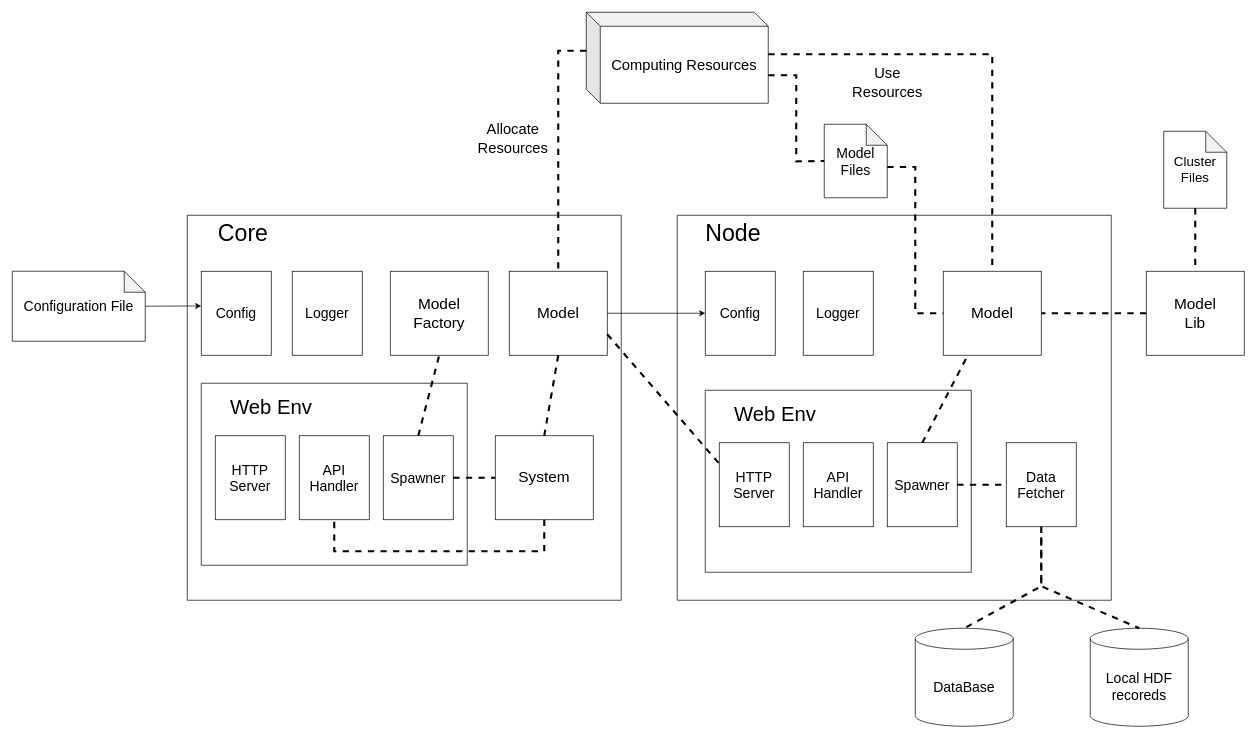
attr0/STF-Framework keeps this draw.io diagram as page "design" (2 of 2) of docs/graph.drawio. Above is the earlier version. Source tidied: cells renumbered, new cells numbered last; positions are measured from the earlier drawing's top-left corner, leaving out a move shared by most shapes. Both pictures are drawn from the tidied source at 70%, with x=0, y=0 at pixel (12, 12).
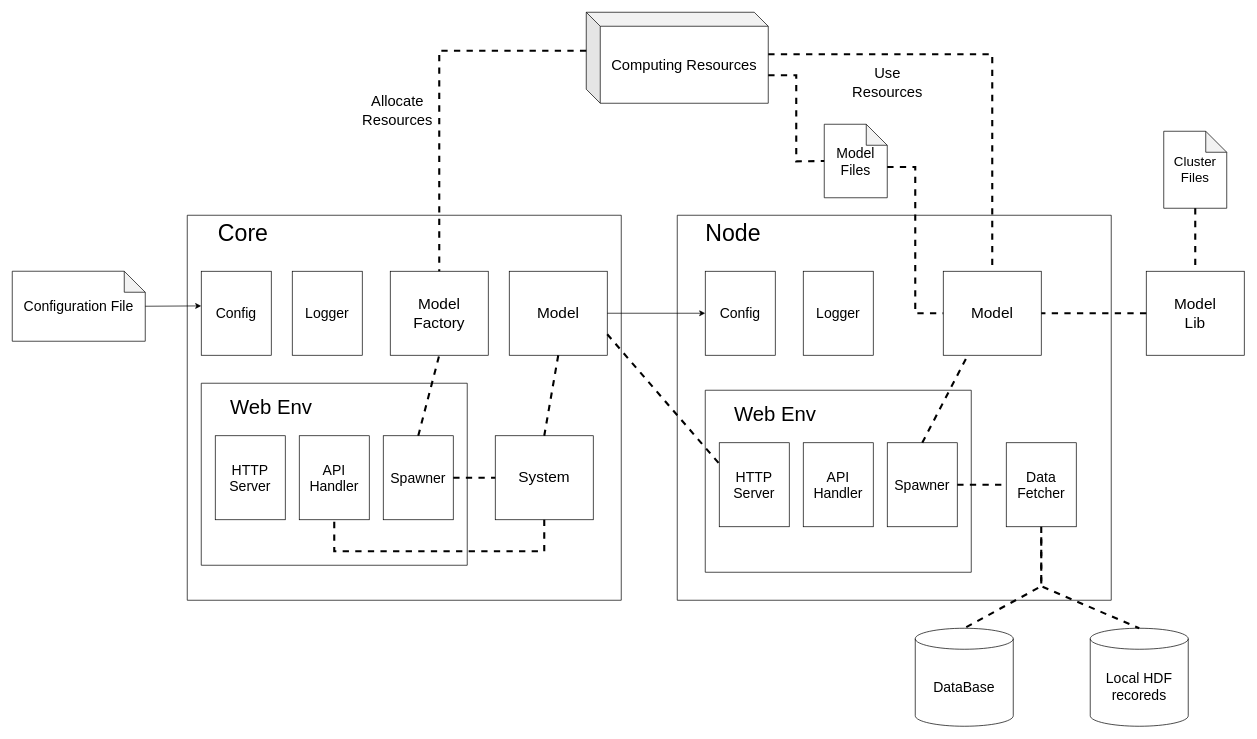
Above is the later version.

The change refers to these unchanged cells:
```xml
<mxCell id="10" value="&lt;span style=&quot;font-size: 22px;&quot;&gt;Model&lt;br&gt;Factory&lt;br&gt;&lt;/span&gt;" style="rounded=0;whiteSpace=wrap;html=1;" parent="2" vertex="1">
  <mxGeometry x="290" y="80" width="140" height="120" as="geometry" />
</mxCell>
<mxCell id="11" value="&lt;span style=&quot;font-size: 22px;&quot;&gt;Model&lt;br&gt;&lt;/span&gt;" style="rounded=0;whiteSpace=wrap;html=1;" parent="2" vertex="1">
  <mxGeometry x="460" y="80" width="140" height="120" as="geometry" />
</mxCell>
<mxCell id="39" value="&lt;font style=&quot;font-size: 21px;&quot;&gt;Computing Resources&lt;/font&gt;" style="shape=cube;whiteSpace=wrap;html=1;boundedLbl=1;backgroundOutline=1;darkOpacity=0.05;darkOpacity2=0.1;" parent="1" vertex="1">
  <mxGeometry x="820" width="260" height="130" as="geometry" />
</mxCell>
```

The edit, as a diff of the source:
```diff
@@
-    <mxCell id="40" style="endArrow=none;dashed=1;html=1;rounded=0;entryX=0.5;entryY=0;entryDx=0;entryDy=0;strokeWidth=3;exitX=0;exitY=0;exitDx=0;exitDy=55;exitPerimeter=0;" parent="1" edge="1" source="39" target="11">
+    <mxCell id="40" style="endArrow=none;dashed=1;html=1;rounded=0;entryX=0.5;entryY=0;entryDx=0;entryDy=0;strokeWidth=3;exitX=0;exitY=0;exitDx=0;exitDy=55;exitPerimeter=0;" parent="1" edge="1" source="39" target="10">
       <mxGeometry relative="1" as="geometry">
         <Array as="points">
-          <mxPoint x="780" y="55" />
+          <mxPoint x="610" y="55" />
         </Array>
       </mxGeometry>
     </mxCell>
     <mxCell id="41" value="&lt;font style=&quot;font-size: 21px;&quot;&gt;Allocate&lt;br&gt;Resources&lt;br&gt;&lt;/font&gt;" style="text;html=1;align=center;verticalAlign=middle;strokeColor=none;fillColor=none;" parent="1" vertex="1">
-      <mxGeometry x="655" y="150" width="120" height="60" as="geometry" />
+      <mxGeometry x="490" y="110" width="120" height="60" as="geometry" />
     </mxCell>
```
